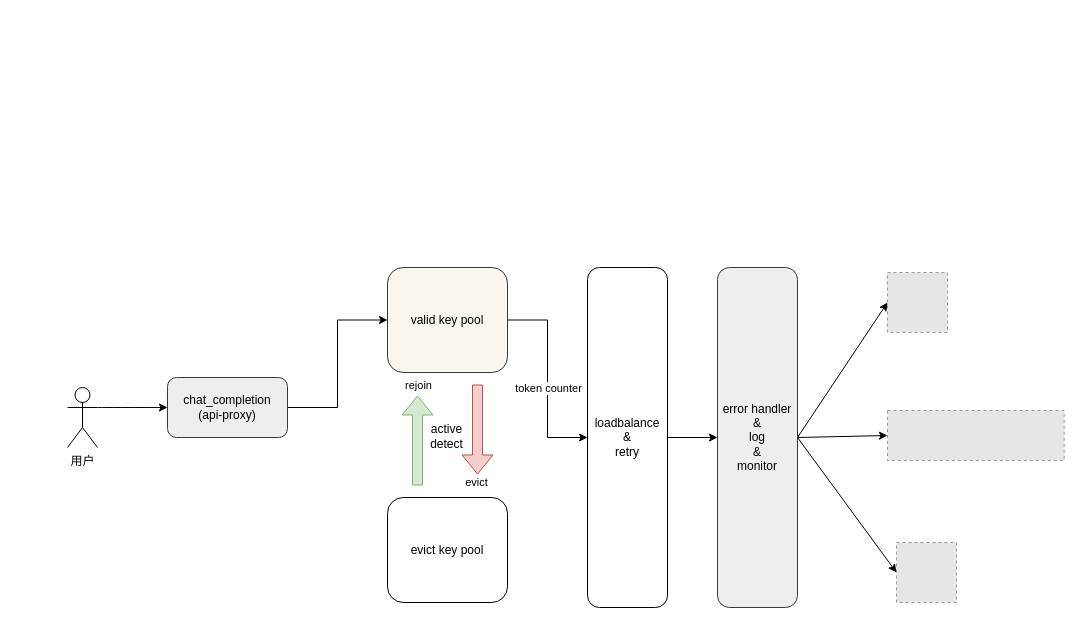
Earlier version of the draw.io diagram llm_api_proxy.drawio (learn2Pro/draw_io_save). Source tidied: cells renumbered, new cells numbered last; positions are measured from the earlier drawing's top-left corner, leaving out a move shared by most shapes. Both pictures are drawn from the tidied source at 100%, with x=0, y=0 at pixel (67, 267). Pictures stored in the file or linked from it are replaced by grey dashed boxes.
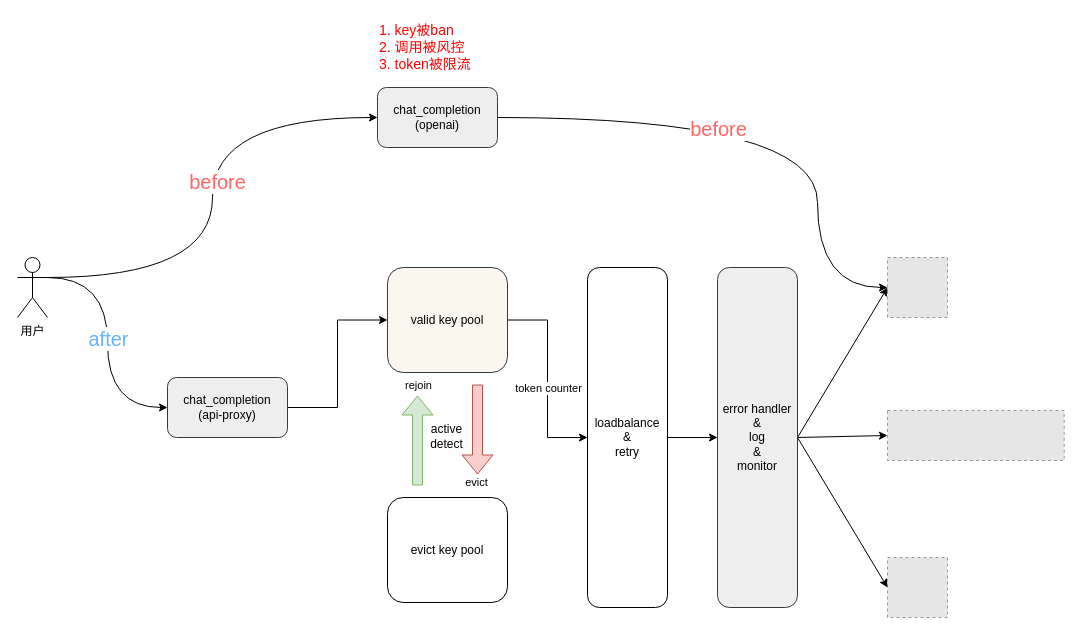
After the change.

Unchanged cells that the change refers to:
```xml
<mxCell id="5" style="endArrow=classic;html=1;rounded=0;exitX=1;exitY=0.3333333333333333;exitDx=0;exitDy=0;exitPerimeter=0;entryX=0;entryY=0.5;entryDx=0;entryDy=0;edgeStyle=orthogonalEdgeStyle;curved=1;" parent="1" edge="1" source="2" target="4">
  <mxGeometry relative="1" as="geometry" />
</mxCell>
```

Diff of the diagram source:
```diff
@@
     <mxCell id="2" value="用户" style="shape=umlActor;verticalLabelPosition=bottom;verticalAlign=top;html=1;outlineConnect=0;" parent="1" vertex="1">
-      <mxGeometry y="120" width="30" height="60" as="geometry" />
+      <mxGeometry x="-50" y="-10" width="30" height="60" as="geometry" />
     </mxCell>
@@
+    <mxCell id="25" value="&lt;font color=&quot;#66b2ff&quot; style=&quot;font-size: 20px;&quot;&gt;after&lt;/font&gt;" style="edgeLabel;html=1;align=center;verticalAlign=middle;" parent="5" vertex="1">
+      <mxGeometry x="-0.04" relative="1" as="geometry" />
+    </mxCell>
@@
     <mxCell id="18" style="fillColor=#E6E6E6;strokeColor=#999999;dashed=1;verticalLabelPosition=bottom;labelBackgroundColor=default;verticalAlign=top;" parent="1" vertex="1">
-      <mxGeometry x="820" y="5" width="60" height="60" as="geometry" />
+      <mxGeometry x="820" y="290" width="60" height="60" as="geometry" />
     </mxCell>
@@
     <mxCell id="20" style="fillColor=#E6E6E6;strokeColor=#999999;dashed=1;verticalLabelPosition=bottom;labelBackgroundColor=default;verticalAlign=top;" parent="1" vertex="1">
-      <mxGeometry x="829" y="275" width="60" height="60" as="geometry" />
+      <mxGeometry x="820" y="-10" width="60" height="60" as="geometry" />
     </mxCell>
@@
+    <mxCell id="26" value="chat_completion&lt;br&gt;(openai)" style="rounded=1;whiteSpace=wrap;html=1;fillColor=#eeeeee;strokeColor=#36393d;" parent="1" vertex="1">
+      <mxGeometry x="310" y="-180" width="120" height="60" as="geometry" />
+    </mxCell>
+    <mxCell id="27" style="endArrow=classic;html=1;rounded=0;exitX=1;exitY=0.3333333333333333;exitDx=0;exitDy=0;exitPerimeter=0;entryX=0;entryY=0.5;entryDx=0;entryDy=0;edgeStyle=orthogonalEdgeStyle;curved=1;" parent="1" edge="1" source="2" target="26">
+      <mxGeometry relative="1" as="geometry" />
+    </mxCell>
+    <mxCell id="28" value="&lt;font color=&quot;#ff6666&quot; style=&quot;font-size: 20px;&quot;&gt;before&lt;/font&gt;" style="edgeLabel;html=1;align=center;verticalAlign=middle;" parent="27" vertex="1">
+      <mxGeometry x="0.07" y="-4" relative="1" as="geometry" />
+    </mxCell>
+    <mxCell id="29" style="endArrow=classic;html=1;rounded=0;exitX=1;exitY=0.5;exitDx=0;exitDy=0;entryX=0;entryY=0.5;entryDx=0;entryDy=0;edgeStyle=orthogonalEdgeStyle;curved=1;" parent="1" edge="1" source="26" target="20">
+      <mxGeometry relative="1" as="geometry">
+        <Array as="points">
+          <mxPoint x="750" y="-150" />
+          <mxPoint x="750" y="20" />
+        </Array>
+      </mxGeometry>
+    </mxCell>
+    <mxCell id="30" value="&lt;font color=&quot;#ff6666&quot; style=&quot;font-size: 20px;&quot;&gt;before&lt;/font&gt;" style="edgeLabel;html=1;align=center;verticalAlign=middle;" parent="1" vertex="1">
+      <mxGeometry x="650" y="-140" as="geometry" />
+    </mxCell>
+    <mxCell id="31" value="&lt;blockquote style=&quot;margin: 0px 0px 0px 40px; border: none; padding: 0px; font-size: 14px;&quot;&gt;&lt;/blockquote&gt;&lt;font color=&quot;#ff0000&quot; style=&quot;font-size: 14px;&quot;&gt;&lt;span style=&quot;background-color: initial; font-size: 14px;&quot;&gt;1. key被ban&lt;/span&gt;&lt;br style=&quot;font-size: 14px;&quot;&gt;&lt;/font&gt;&lt;blockquote style=&quot;margin: 0px 0px 0px 40px; border: none; padding: 0px; font-size: 14px;&quot;&gt;&lt;/blockquote&gt;&lt;font color=&quot;#ff0000&quot; style=&quot;font-size: 14px;&quot;&gt;&lt;span style=&quot;background-color: initial; font-size: 14px;&quot;&gt;2. 调用被风控&lt;/span&gt;&lt;br style=&quot;font-size: 14px;&quot;&gt;3. token被限流&lt;/font&gt;" style="text;html=1;align=left;verticalAlign=middle;strokeColor=none;fillColor=none;horizontal=1;spacingTop=0;fontSize=14;" parent="1" vertex="1">
+      <mxGeometry x="310" y="-250" width="120" height="60" as="geometry" />
+    </mxCell>
```
